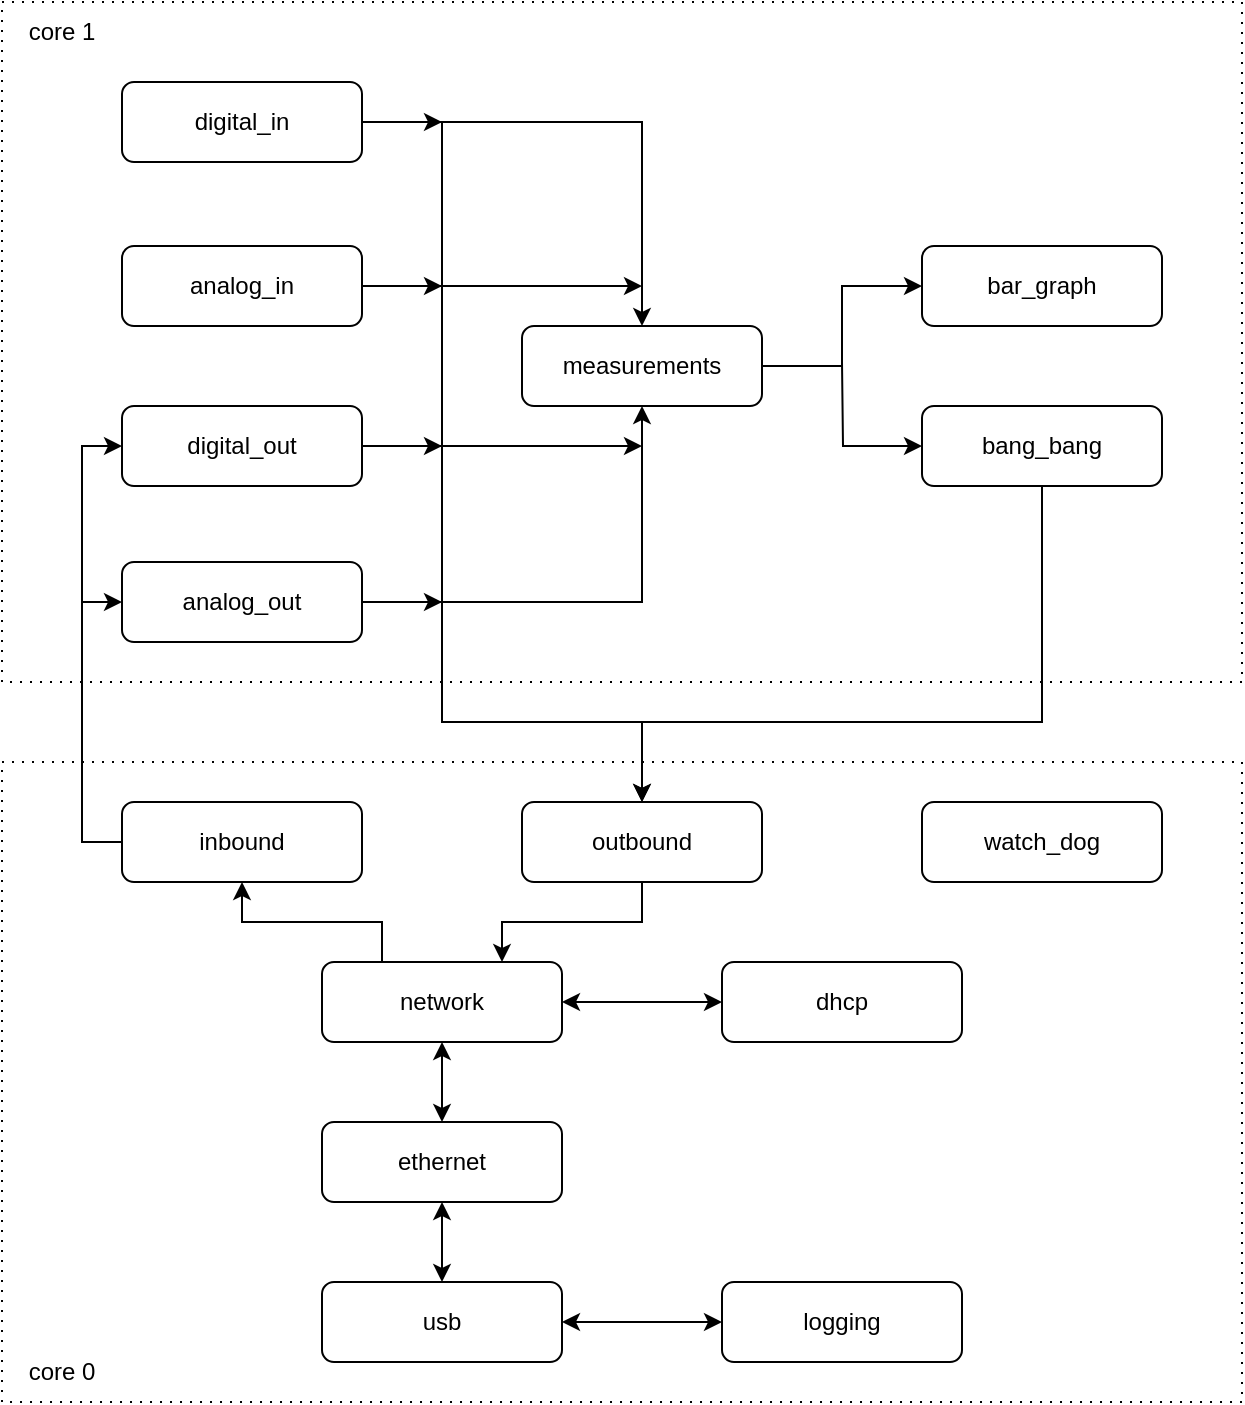
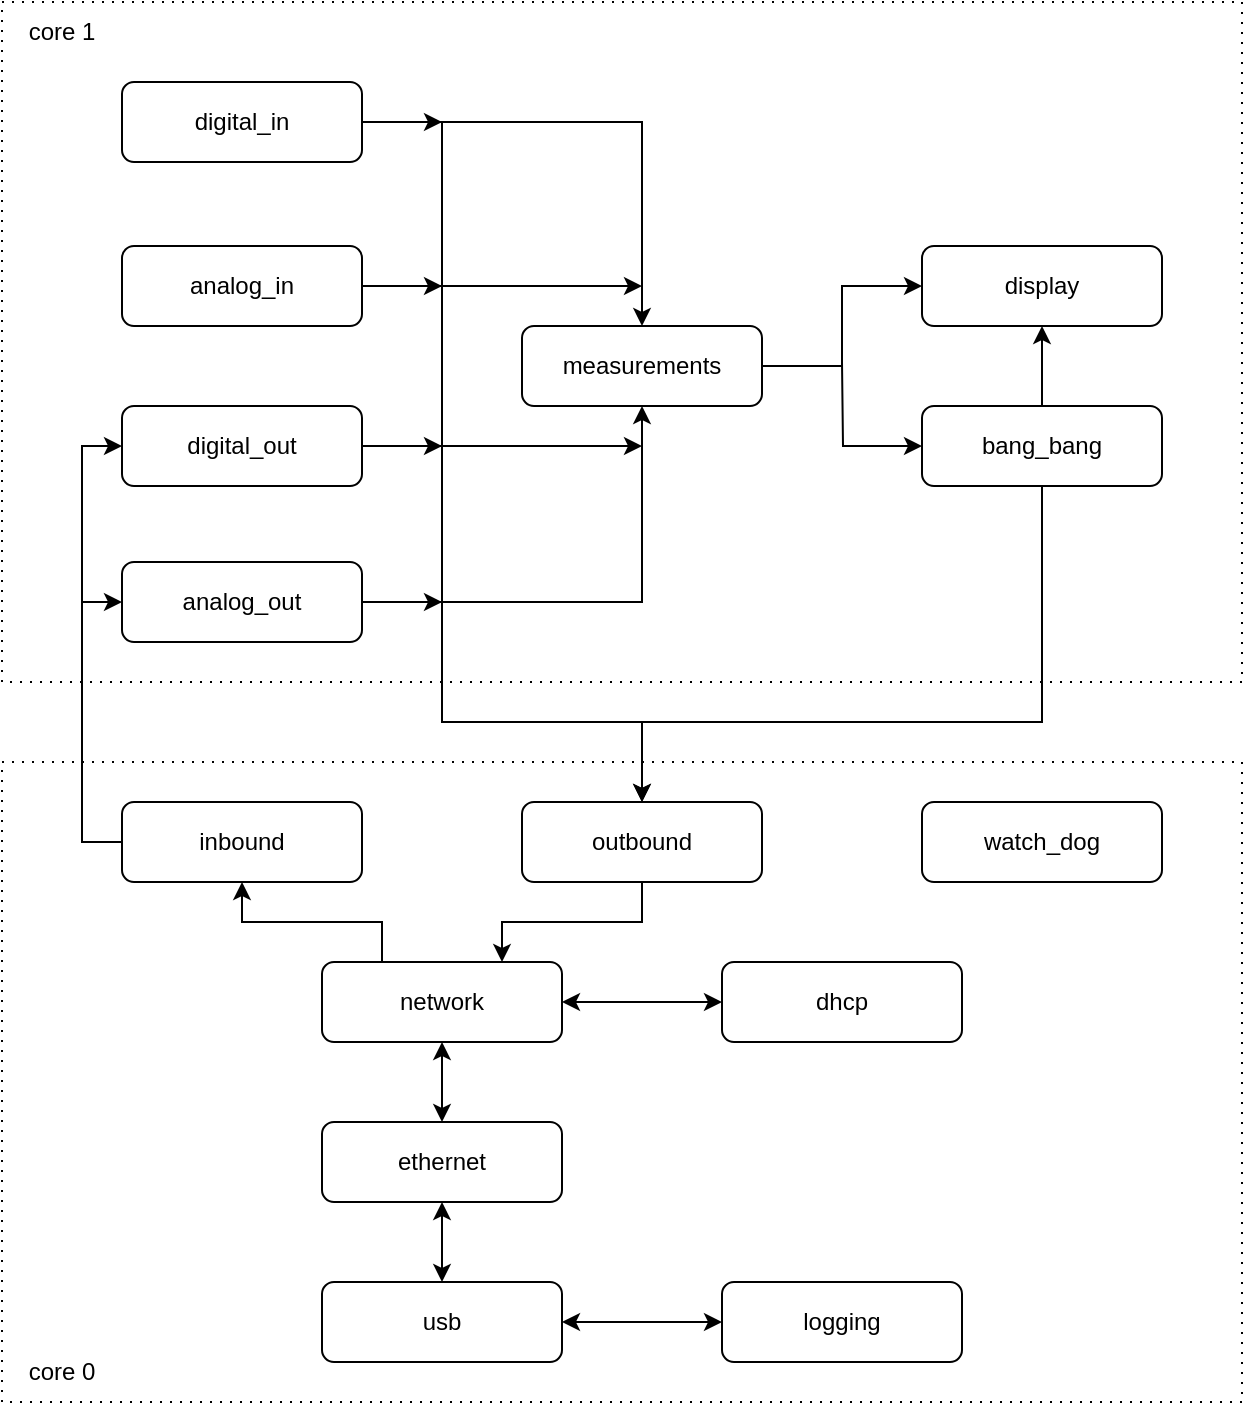
<mxfile host="Electron">
  <diagram name="Page-1" id="8PbLfz8r8v8ghwV8h6wi">
    <mxGraphModel dx="1134" dy="774" grid="1" gridSize="10" guides="1" tooltips="1" connect="1" arrows="1" fold="1" page="1" pageScale="1" pageWidth="850" pageHeight="1100" math="0" shadow="0">
      <root>
        <mxCell id="0" />
        <mxCell id="1" parent="0" />
        <mxCell id="xubCBRTcwV1AIBbsZQKh-52" parent="1" style="whiteSpace=wrap;html=1;dashed=1;dashPattern=1 4;" value="" vertex="1">
          <mxGeometry height="340" width="620" x="60" y="40" as="geometry" />
        </mxCell>
        <mxCell id="xubCBRTcwV1AIBbsZQKh-50" parent="1" style="whiteSpace=wrap;html=1;dashed=1;dashPattern=1 4;" value="" vertex="1">
          <mxGeometry height="320" width="620" x="60" y="420" as="geometry" />
        </mxCell>
        <mxCell id="xubCBRTcwV1AIBbsZQKh-31" edge="1" parent="1" source="xubCBRTcwV1AIBbsZQKh-1" style="edgeStyle=orthogonalEdgeStyle;rounded=0;orthogonalLoop=1;jettySize=auto;html=1;exitX=1;exitY=0.5;exitDx=0;exitDy=0;entryX=0.5;entryY=0;entryDx=0;entryDy=0;" target="xubCBRTcwV1AIBbsZQKh-7">
          <mxGeometry relative="1" as="geometry" />
        </mxCell>
        <mxCell id="xubCBRTcwV1AIBbsZQKh-45" edge="1" parent="1" style="edgeStyle=orthogonalEdgeStyle;rounded=0;orthogonalLoop=1;jettySize=auto;html=1;entryX=0.5;entryY=0;entryDx=0;entryDy=0;" target="xubCBRTcwV1AIBbsZQKh-11">
          <mxGeometry relative="1" as="geometry">
            <Array as="points">
              <mxPoint x="280" y="100" />
              <mxPoint x="280" y="400" />
              <mxPoint x="380" y="400" />
            </Array>
            <mxPoint x="280" y="100" as="sourcePoint" />
            <mxPoint x="380" y="400" as="targetPoint" />
          </mxGeometry>
        </mxCell>
        <mxCell id="xubCBRTcwV1AIBbsZQKh-49" edge="1" parent="1" source="xubCBRTcwV1AIBbsZQKh-1" style="edgeStyle=orthogonalEdgeStyle;rounded=0;orthogonalLoop=1;jettySize=auto;html=1;exitX=1;exitY=0.5;exitDx=0;exitDy=0;">
          <mxGeometry relative="1" as="geometry">
            <mxPoint x="280" y="100" as="targetPoint" />
          </mxGeometry>
        </mxCell>
        <mxCell id="xubCBRTcwV1AIBbsZQKh-1" parent="1" style="rounded=1;whiteSpace=wrap;html=1;" value="digital_in" vertex="1">
          <mxGeometry height="40" width="120" x="120" y="80" as="geometry" />
        </mxCell>
        <mxCell id="xubCBRTcwV1AIBbsZQKh-2" edge="1" parent="1" source="xubCBRTcwV1AIBbsZQKh-1" style="edgeStyle=orthogonalEdgeStyle;rounded=0;orthogonalLoop=1;jettySize=auto;html=1;exitX=0.5;exitY=1;exitDx=0;exitDy=0;" target="xubCBRTcwV1AIBbsZQKh-1">
          <mxGeometry relative="1" as="geometry" />
        </mxCell>
        <mxCell id="xubCBRTcwV1AIBbsZQKh-36" edge="1" parent="1" source="xubCBRTcwV1AIBbsZQKh-4" style="edgeStyle=orthogonalEdgeStyle;rounded=0;orthogonalLoop=1;jettySize=auto;html=1;exitX=1;exitY=0.5;exitDx=0;exitDy=0;">
          <mxGeometry relative="1" as="geometry">
            <mxPoint x="380" y="262" as="targetPoint" />
          </mxGeometry>
        </mxCell>
        <mxCell id="xubCBRTcwV1AIBbsZQKh-55" edge="1" parent="1" source="xubCBRTcwV1AIBbsZQKh-4" style="edgeStyle=orthogonalEdgeStyle;rounded=0;orthogonalLoop=1;jettySize=auto;html=1;exitX=1;exitY=0.5;exitDx=0;exitDy=0;">
          <mxGeometry relative="1" as="geometry">
            <mxPoint x="280" y="262" as="targetPoint" />
          </mxGeometry>
        </mxCell>
        <mxCell id="xubCBRTcwV1AIBbsZQKh-4" parent="1" style="rounded=1;whiteSpace=wrap;html=1;" value="digital_out" vertex="1">
          <mxGeometry height="40" width="120" x="120" y="242" as="geometry" />
        </mxCell>
        <mxCell id="xubCBRTcwV1AIBbsZQKh-56" edge="1" parent="1" source="xubCBRTcwV1AIBbsZQKh-5" style="edgeStyle=orthogonalEdgeStyle;rounded=0;orthogonalLoop=1;jettySize=auto;html=1;exitX=1;exitY=0.5;exitDx=0;exitDy=0;">
          <mxGeometry relative="1" as="geometry">
            <mxPoint x="280" y="182" as="targetPoint" />
          </mxGeometry>
        </mxCell>
        <mxCell id="xubCBRTcwV1AIBbsZQKh-57" edge="1" parent="1" source="xubCBRTcwV1AIBbsZQKh-5" style="edgeStyle=orthogonalEdgeStyle;rounded=0;orthogonalLoop=1;jettySize=auto;html=1;exitX=1;exitY=0.5;exitDx=0;exitDy=0;">
          <mxGeometry relative="1" as="geometry">
            <mxPoint x="380" y="182" as="targetPoint" />
          </mxGeometry>
        </mxCell>
        <mxCell id="xubCBRTcwV1AIBbsZQKh-5" parent="1" style="rounded=1;whiteSpace=wrap;html=1;" value="analog_in" vertex="1">
          <mxGeometry height="40" width="120" x="120" y="162" as="geometry" />
        </mxCell>
        <mxCell id="xubCBRTcwV1AIBbsZQKh-30" edge="1" parent="1" source="xubCBRTcwV1AIBbsZQKh-6" style="edgeStyle=orthogonalEdgeStyle;rounded=0;orthogonalLoop=1;jettySize=auto;html=1;exitX=0;exitY=0.5;exitDx=0;exitDy=0;startArrow=classic;startFill=1;endArrow=none;endFill=0;">
          <mxGeometry relative="1" as="geometry">
            <mxPoint x="100" y="340" as="targetPoint" />
          </mxGeometry>
        </mxCell>
        <mxCell id="xubCBRTcwV1AIBbsZQKh-34" edge="1" parent="1" source="xubCBRTcwV1AIBbsZQKh-6" style="edgeStyle=orthogonalEdgeStyle;rounded=0;orthogonalLoop=1;jettySize=auto;html=1;exitX=1;exitY=0.5;exitDx=0;exitDy=0;entryX=0.5;entryY=1;entryDx=0;entryDy=0;" target="xubCBRTcwV1AIBbsZQKh-7">
          <mxGeometry relative="1" as="geometry" />
        </mxCell>
        <mxCell id="xubCBRTcwV1AIBbsZQKh-48" edge="1" parent="1" source="xubCBRTcwV1AIBbsZQKh-6" style="edgeStyle=orthogonalEdgeStyle;rounded=0;orthogonalLoop=1;jettySize=auto;html=1;exitX=1;exitY=0.5;exitDx=0;exitDy=0;">
          <mxGeometry relative="1" as="geometry">
            <mxPoint x="280" y="340" as="targetPoint" />
          </mxGeometry>
        </mxCell>
        <mxCell id="xubCBRTcwV1AIBbsZQKh-6" parent="1" style="rounded=1;whiteSpace=wrap;html=1;" value="analog_out" vertex="1">
          <mxGeometry height="40" width="120" x="120" y="320" as="geometry" />
        </mxCell>
        <mxCell id="xubCBRTcwV1AIBbsZQKh-37" edge="1" parent="1" source="xubCBRTcwV1AIBbsZQKh-7" style="edgeStyle=orthogonalEdgeStyle;rounded=0;orthogonalLoop=1;jettySize=auto;html=1;exitX=1;exitY=0.5;exitDx=0;exitDy=0;entryX=0;entryY=0.5;entryDx=0;entryDy=0;" target="xubCBRTcwV1AIBbsZQKh-8">
          <mxGeometry relative="1" as="geometry" />
        </mxCell>
        <mxCell id="xubCBRTcwV1AIBbsZQKh-7" parent="1" style="rounded=1;whiteSpace=wrap;html=1;" value="measurements" vertex="1">
          <mxGeometry height="40" width="120" x="320" y="202" as="geometry" />
        </mxCell>
-         <mxCell id="xubCBRTcwV1AIBbsZQKh-8" parent="1" style="rounded=1;whiteSpace=wrap;html=1;" value="bar_graph" vertex="1">
+         <mxCell id="xubCBRTcwV1AIBbsZQKh-8" parent="1" style="rounded=1;whiteSpace=wrap;html=1;" value="display" vertex="1">
          <mxGeometry height="40" width="120" x="520" y="162" as="geometry" />
        </mxCell>
        <mxCell id="xubCBRTcwV1AIBbsZQKh-39" edge="1" parent="1" source="xubCBRTcwV1AIBbsZQKh-9" style="edgeStyle=orthogonalEdgeStyle;rounded=0;orthogonalLoop=1;jettySize=auto;html=1;exitX=0;exitY=0.5;exitDx=0;exitDy=0;startArrow=classic;startFill=1;endArrow=none;endFill=0;">
          <mxGeometry relative="1" as="geometry">
            <mxPoint x="480" y="220" as="targetPoint" />
          </mxGeometry>
        </mxCell>
        <mxCell id="xubCBRTcwV1AIBbsZQKh-40" edge="1" parent="1" source="xubCBRTcwV1AIBbsZQKh-9" style="edgeStyle=orthogonalEdgeStyle;rounded=0;orthogonalLoop=1;jettySize=auto;html=1;exitX=0.5;exitY=1;exitDx=0;exitDy=0;entryX=0.5;entryY=0;entryDx=0;entryDy=0;" target="xubCBRTcwV1AIBbsZQKh-11">
          <mxGeometry relative="1" as="geometry">
            <Array as="points">
              <mxPoint x="580" y="400" />
              <mxPoint x="380" y="400" />
            </Array>
          </mxGeometry>
+         </mxCell>
+         <mxCell id="SnFClk5W-tLf7v8_O_Ug-1" edge="1" parent="1" source="xubCBRTcwV1AIBbsZQKh-9" style="edgeStyle=orthogonalEdgeStyle;rounded=0;orthogonalLoop=1;jettySize=auto;html=1;" target="xubCBRTcwV1AIBbsZQKh-8" value="">
+           <mxGeometry relative="1" as="geometry" />
        </mxCell>
        <mxCell id="xubCBRTcwV1AIBbsZQKh-9" parent="1" style="rounded=1;whiteSpace=wrap;html=1;" value="bang_bang" vertex="1">
          <mxGeometry height="40" width="120" x="520" y="242" as="geometry" />
        </mxCell>
        <mxCell id="xubCBRTcwV1AIBbsZQKh-29" edge="1" parent="1" source="xubCBRTcwV1AIBbsZQKh-10" style="edgeStyle=orthogonalEdgeStyle;rounded=0;orthogonalLoop=1;jettySize=auto;html=1;exitX=0;exitY=0.5;exitDx=0;exitDy=0;entryX=0;entryY=0.5;entryDx=0;entryDy=0;" target="xubCBRTcwV1AIBbsZQKh-4">
          <mxGeometry relative="1" as="geometry" />
        </mxCell>
        <mxCell id="xubCBRTcwV1AIBbsZQKh-10" parent="1" style="rounded=1;whiteSpace=wrap;html=1;" value="inbound" vertex="1">
          <mxGeometry height="40" width="120" x="120" y="440" as="geometry" />
        </mxCell>
        <mxCell id="xubCBRTcwV1AIBbsZQKh-11" parent="1" style="rounded=1;whiteSpace=wrap;html=1;" value="outbound" vertex="1">
          <mxGeometry height="40" width="120" x="320" y="440" as="geometry" />
        </mxCell>
        <mxCell id="xubCBRTcwV1AIBbsZQKh-12" parent="1" style="rounded=1;whiteSpace=wrap;html=1;" value="watch_dog" vertex="1">
          <mxGeometry height="40" width="120" x="520" y="440" as="geometry" />
        </mxCell>
        <mxCell id="xubCBRTcwV1AIBbsZQKh-22" edge="1" parent="1" source="xubCBRTcwV1AIBbsZQKh-14" style="edgeStyle=orthogonalEdgeStyle;rounded=0;orthogonalLoop=1;jettySize=auto;html=1;exitX=0.5;exitY=0;exitDx=0;exitDy=0;entryX=0.5;entryY=1;entryDx=0;entryDy=0;startArrow=classic;startFill=1;" target="xubCBRTcwV1AIBbsZQKh-15">
          <mxGeometry relative="1" as="geometry" />
        </mxCell>
        <mxCell id="xubCBRTcwV1AIBbsZQKh-14" parent="1" style="rounded=1;whiteSpace=wrap;html=1;" value="usb" vertex="1">
          <mxGeometry height="40" width="120" x="220" y="680" as="geometry" />
        </mxCell>
        <mxCell id="xubCBRTcwV1AIBbsZQKh-23" edge="1" parent="1" source="xubCBRTcwV1AIBbsZQKh-15" style="edgeStyle=orthogonalEdgeStyle;rounded=0;orthogonalLoop=1;jettySize=auto;html=1;exitX=0.5;exitY=0;exitDx=0;exitDy=0;entryX=0.5;entryY=1;entryDx=0;entryDy=0;startArrow=classic;startFill=1;" target="xubCBRTcwV1AIBbsZQKh-17">
          <mxGeometry relative="1" as="geometry" />
        </mxCell>
        <mxCell id="xubCBRTcwV1AIBbsZQKh-15" parent="1" style="rounded=1;whiteSpace=wrap;html=1;" value="ethernet" vertex="1">
          <mxGeometry height="40" width="120" x="220" y="600" as="geometry" />
        </mxCell>
        <mxCell id="xubCBRTcwV1AIBbsZQKh-21" edge="1" parent="1" source="xubCBRTcwV1AIBbsZQKh-16" style="edgeStyle=orthogonalEdgeStyle;rounded=0;orthogonalLoop=1;jettySize=auto;html=1;exitX=0;exitY=0.5;exitDx=0;exitDy=0;entryX=1;entryY=0.5;entryDx=0;entryDy=0;startArrow=classic;startFill=1;" target="xubCBRTcwV1AIBbsZQKh-14">
          <mxGeometry relative="1" as="geometry" />
        </mxCell>
        <mxCell id="xubCBRTcwV1AIBbsZQKh-16" parent="1" style="rounded=1;whiteSpace=wrap;html=1;" value="logging" vertex="1">
          <mxGeometry height="40" width="120" x="420" y="680" as="geometry" />
        </mxCell>
        <mxCell id="xubCBRTcwV1AIBbsZQKh-24" edge="1" parent="1" source="xubCBRTcwV1AIBbsZQKh-17" style="edgeStyle=orthogonalEdgeStyle;rounded=0;orthogonalLoop=1;jettySize=auto;html=1;exitX=1;exitY=0.5;exitDx=0;exitDy=0;entryX=0;entryY=0.5;entryDx=0;entryDy=0;startArrow=classic;startFill=1;" target="xubCBRTcwV1AIBbsZQKh-18">
          <mxGeometry relative="1" as="geometry" />
        </mxCell>
        <mxCell id="xubCBRTcwV1AIBbsZQKh-27" edge="1" parent="1" source="xubCBRTcwV1AIBbsZQKh-17" style="edgeStyle=orthogonalEdgeStyle;rounded=0;orthogonalLoop=1;jettySize=auto;html=1;exitX=0.75;exitY=0;exitDx=0;exitDy=0;entryX=0.5;entryY=1;entryDx=0;entryDy=0;startArrow=classic;startFill=1;endArrow=none;endFill=0;" target="xubCBRTcwV1AIBbsZQKh-11">
          <mxGeometry relative="1" as="geometry" />
        </mxCell>
        <mxCell id="xubCBRTcwV1AIBbsZQKh-28" edge="1" parent="1" source="xubCBRTcwV1AIBbsZQKh-17" style="edgeStyle=orthogonalEdgeStyle;rounded=0;orthogonalLoop=1;jettySize=auto;html=1;exitX=0.25;exitY=0;exitDx=0;exitDy=0;entryX=0.5;entryY=1;entryDx=0;entryDy=0;" target="xubCBRTcwV1AIBbsZQKh-10">
          <mxGeometry relative="1" as="geometry" />
        </mxCell>
        <mxCell id="xubCBRTcwV1AIBbsZQKh-17" parent="1" style="rounded=1;whiteSpace=wrap;html=1;" value="network" vertex="1">
          <mxGeometry height="40" width="120" x="220" y="520" as="geometry" />
        </mxCell>
        <mxCell id="xubCBRTcwV1AIBbsZQKh-18" parent="1" style="rounded=1;whiteSpace=wrap;html=1;" value="dhcp" vertex="1">
          <mxGeometry height="40" width="120" x="420" y="520" as="geometry" />
        </mxCell>
        <mxCell id="xubCBRTcwV1AIBbsZQKh-51" parent="1" style="text;html=1;whiteSpace=wrap;strokeColor=none;fillColor=none;align=center;verticalAlign=middle;rounded=0;" value="core 0" vertex="1">
          <mxGeometry height="30" width="60" x="60" y="710" as="geometry" />
        </mxCell>
        <mxCell id="xubCBRTcwV1AIBbsZQKh-53" parent="1" style="text;html=1;whiteSpace=wrap;strokeColor=none;fillColor=none;align=center;verticalAlign=middle;rounded=0;" value="core 1" vertex="1">
          <mxGeometry height="30" width="60" x="60" y="40" as="geometry" />
        </mxCell>
      </root>
    </mxGraphModel>
  </diagram>
</mxfile>
